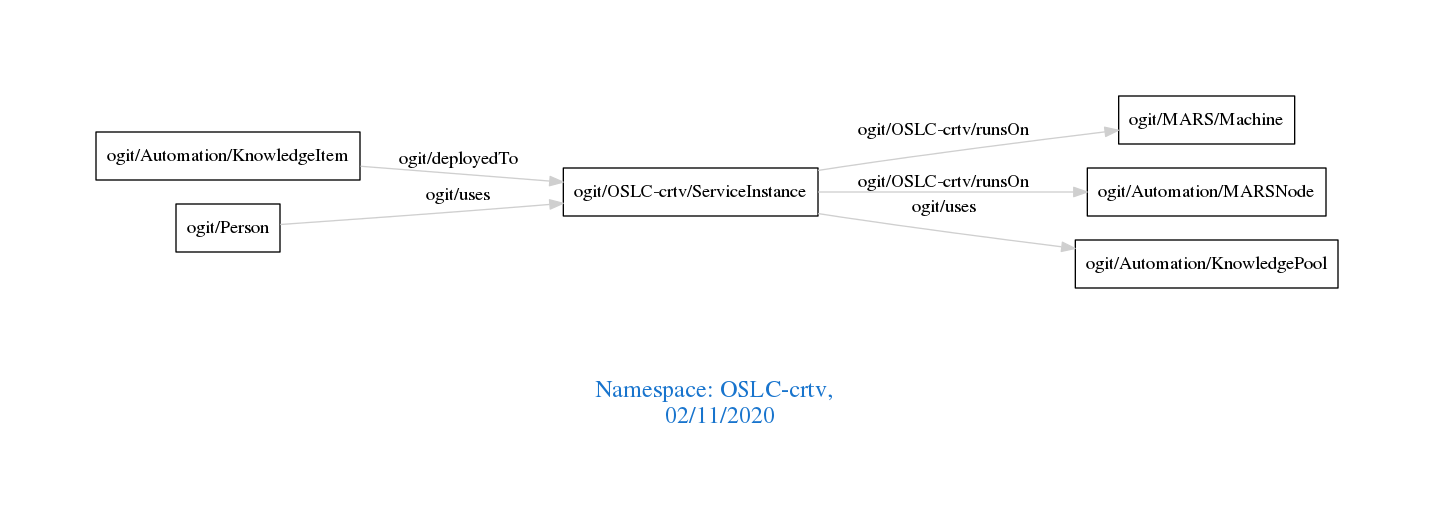
This is downloads/OSLC-crtv.png from arago/OGIT, a Graphviz export, as it was before one commit. Its source is kept beside it as downloads/OSLC-crtv.dot.
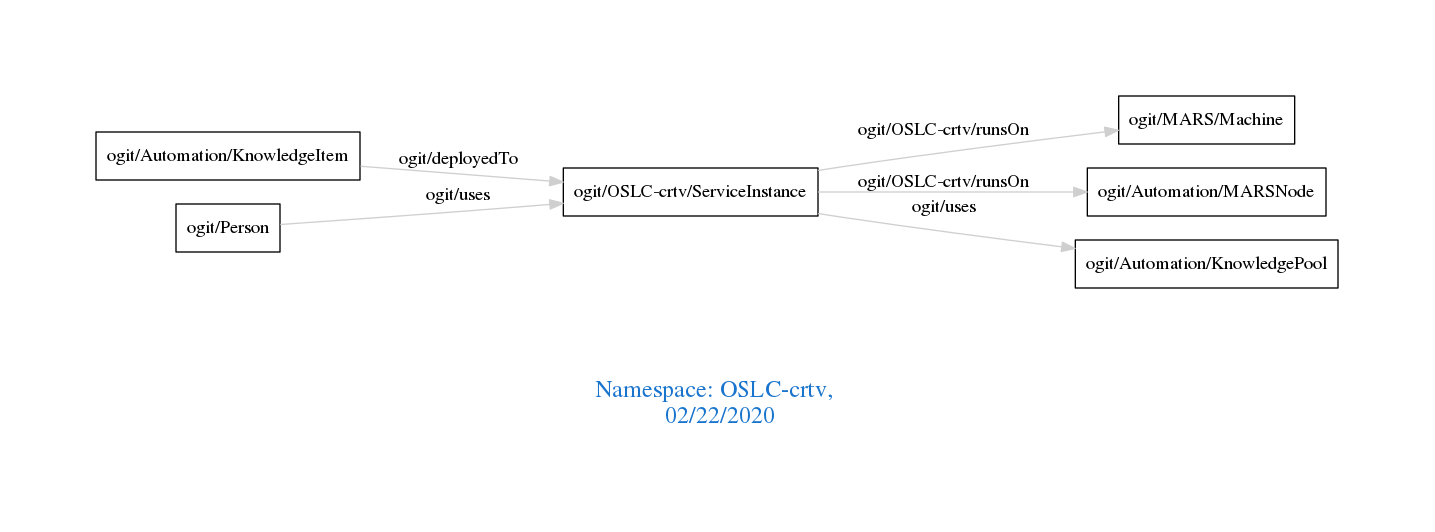
Above is the later version.

The edit, as a diff of the source:
```diff
@@ -1,7 +1,7 @@
 digraph OGIT_ontology {
  graph [ rankdir= LR,pad=1
 fontsize = 18,
-fontcolor= dodgerblue3,label = "\n\n\nNamespace: OSLC-crtv, \n 02/11/2020"];
+fontcolor= dodgerblue3,label = "\n\n\nNamespace: OSLC-crtv, \n 02/22/2020"];
 node[shape=polygon];
 edge [  color="gray81"];
 
```
